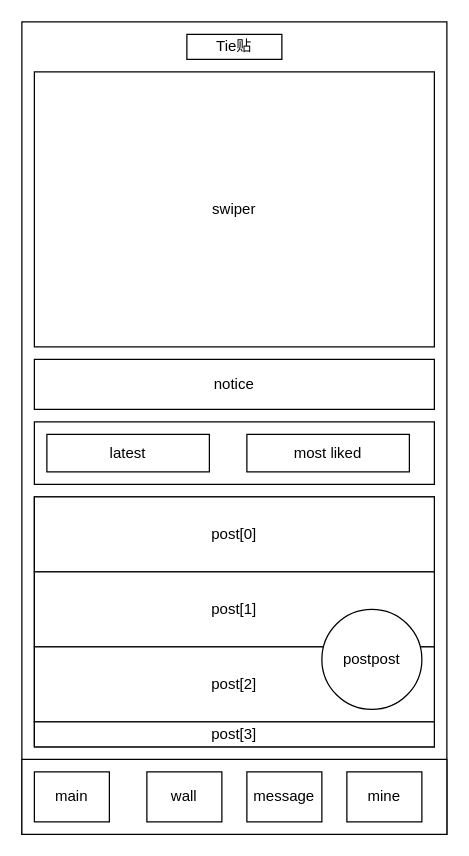
The draw.io diagram page "main" (3 of 10) of tietie/ui.drawio in Zhou-Ru-Xuan/drawio-workplace, before the edit. Source tidied: cells renumbered, new cells numbered last; positions are measured from the earlier drawing's top-left corner, leaving out a move shared by most shapes. Both pictures are drawn from the tidied source at 125%, with x=0, y=0 at pixel (21, 21).
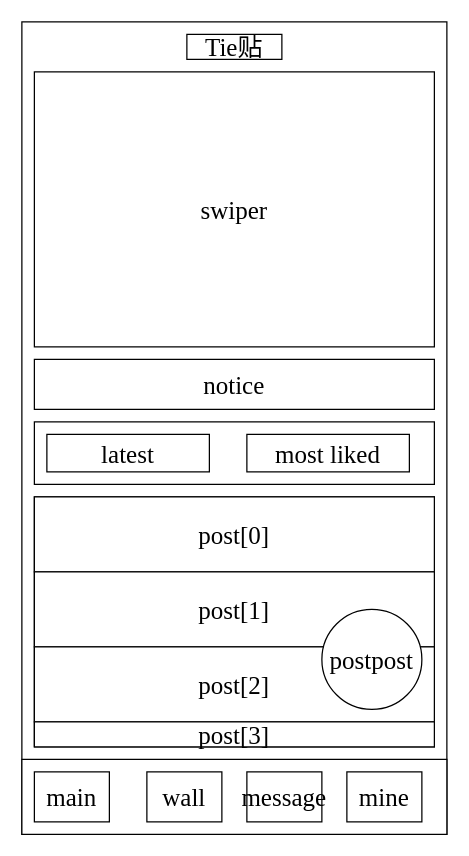
After the change.

Change to the diagram source:
```diff
@@
 <mxGraphModel>
   <root>
     <mxCell id="0" />
     <mxCell id="1" parent="0" />
-    <mxCell id="2" style="rounded=0;whiteSpace=wrap;html=1;" parent="1" vertex="1">
+    <mxCell id="2" style="rounded=0;whiteSpace=wrap;html=1;fontFamily=Times New Roman;fontSize=20;" parent="1" vertex="1">
       <mxGeometry width="340" height="650" as="geometry" />
     </mxCell>
-    <mxCell id="3" value="swiper" style="rounded=0;whiteSpace=wrap;html=1;" parent="1" vertex="1">
+    <mxCell id="3" value="swiper" style="rounded=0;whiteSpace=wrap;html=1;fontFamily=Times New Roman;fontSize=20;" parent="1" vertex="1">
       <mxGeometry x="10" y="40" width="320" height="220" as="geometry" />
     </mxCell>
-    <mxCell id="4" value="notice" style="rounded=0;whiteSpace=wrap;html=1;" parent="1" vertex="1">
+    <mxCell id="4" value="notice" style="rounded=0;whiteSpace=wrap;html=1;fontFamily=Times New Roman;fontSize=20;" parent="1" vertex="1">
       <mxGeometry x="10" y="270" width="320" height="40" as="geometry" />
     </mxCell>
-    <mxCell id="5" style="rounded=0;whiteSpace=wrap;html=1;" parent="1" vertex="1">
+    <mxCell id="5" style="rounded=0;whiteSpace=wrap;html=1;fontFamily=Times New Roman;fontSize=20;" parent="1" vertex="1">
       <mxGeometry x="10" y="320" width="320" height="50" as="geometry" />
     </mxCell>
-    <mxCell id="6" value="latest" style="rounded=0;whiteSpace=wrap;html=1;" parent="1" vertex="1">
+    <mxCell id="6" value="latest" style="rounded=0;whiteSpace=wrap;html=1;fontFamily=Times New Roman;fontSize=20;" parent="1" vertex="1">
       <mxGeometry x="20" y="330" width="130" height="30" as="geometry" />
     </mxCell>
-    <mxCell id="7" value="most liked" style="rounded=0;whiteSpace=wrap;html=1;" parent="1" vertex="1">
+    <mxCell id="7" value="most liked" style="rounded=0;whiteSpace=wrap;html=1;fontFamily=Times New Roman;fontSize=20;" parent="1" vertex="1">
       <mxGeometry x="180" y="330" width="130" height="30" as="geometry" />
     </mxCell>
-    <mxCell id="8" style="rounded=0;whiteSpace=wrap;html=1;" parent="1" vertex="1">
+    <mxCell id="8" style="rounded=0;whiteSpace=wrap;html=1;fontFamily=Times New Roman;fontSize=20;" parent="1" vertex="1">
       <mxGeometry y="590" width="340" height="60" as="geometry" />
     </mxCell>
-    <mxCell id="9" value="main" style="rounded=0;whiteSpace=wrap;html=1;" parent="1" vertex="1">
+    <mxCell id="9" value="main" style="rounded=0;whiteSpace=wrap;html=1;fontFamily=Times New Roman;fontSize=20;" parent="1" vertex="1">
       <mxGeometry x="10" y="600" width="60" height="40" as="geometry" />
     </mxCell>
-    <mxCell id="10" value="wall" style="rounded=0;whiteSpace=wrap;html=1;" parent="1" vertex="1">
+    <mxCell id="10" value="wall" style="rounded=0;whiteSpace=wrap;html=1;fontFamily=Times New Roman;fontSize=20;" parent="1" vertex="1">
       <mxGeometry x="100" y="600" width="60" height="40" as="geometry" />
     </mxCell>
-    <mxCell id="11" value="message" style="rounded=0;whiteSpace=wrap;html=1;" parent="1" vertex="1">
+    <mxCell id="11" value="message" style="rounded=0;whiteSpace=wrap;html=1;fontFamily=Times New Roman;fontSize=20;" parent="1" vertex="1">
       <mxGeometry x="180" y="600" width="60" height="40" as="geometry" />
     </mxCell>
-    <mxCell id="12" value="mine" style="rounded=0;whiteSpace=wrap;html=1;" parent="1" vertex="1">
+    <mxCell id="12" value="mine" style="rounded=0;whiteSpace=wrap;html=1;fontFamily=Times New Roman;fontSize=20;" parent="1" vertex="1">
       <mxGeometry x="260" y="600" width="60" height="40" as="geometry" />
     </mxCell>
-    <mxCell id="13" style="rounded=0;whiteSpace=wrap;html=1;" parent="1" vertex="1">
+    <mxCell id="13" style="rounded=0;whiteSpace=wrap;html=1;fontFamily=Times New Roman;fontSize=20;" parent="1" vertex="1">
       <mxGeometry x="10" y="380" width="320" height="200" as="geometry" />
     </mxCell>
-    <mxCell id="14" value="post[0]" style="rounded=0;whiteSpace=wrap;html=1;" parent="1" vertex="1">
+    <mxCell id="14" value="post[0]" style="rounded=0;whiteSpace=wrap;html=1;fontFamily=Times New Roman;fontSize=20;" parent="1" vertex="1">
       <mxGeometry x="10" y="380" width="320" height="60" as="geometry" />
     </mxCell>
-    <mxCell id="15" value="post[1]" style="rounded=0;whiteSpace=wrap;html=1;" parent="1" vertex="1">
+    <mxCell id="15" value="post[1]" style="rounded=0;whiteSpace=wrap;html=1;fontFamily=Times New Roman;fontSize=20;" parent="1" vertex="1">
       <mxGeometry x="10" y="440" width="320" height="60" as="geometry" />
     </mxCell>
-    <mxCell id="16" value="post[2]" style="rounded=0;whiteSpace=wrap;html=1;" parent="1" vertex="1">
+    <mxCell id="16" value="post[2]" style="rounded=0;whiteSpace=wrap;html=1;fontFamily=Times New Roman;fontSize=20;" parent="1" vertex="1">
       <mxGeometry x="10" y="500" width="320" height="60" as="geometry" />
     </mxCell>
-    <mxCell id="17" value="post[3]" style="rounded=0;whiteSpace=wrap;html=1;" parent="1" vertex="1">
+    <mxCell id="17" value="post[3]" style="rounded=0;whiteSpace=wrap;html=1;fontFamily=Times New Roman;fontSize=20;" parent="1" vertex="1">
       <mxGeometry x="10" y="560" width="320" height="20" as="geometry" />
     </mxCell>
-    <mxCell id="18" value="Tie贴" style="rounded=0;whiteSpace=wrap;html=1;" parent="1" vertex="1">
+    <mxCell id="18" value="Tie贴" style="rounded=0;whiteSpace=wrap;html=1;fontFamily=Times New Roman;fontSize=20;" parent="1" vertex="1">
       <mxGeometry x="132" y="10" width="76" height="20" as="geometry" />
     </mxCell>
-    <mxCell id="19" value="postpost" style="ellipse;whiteSpace=wrap;html=1;" parent="1" vertex="1">
+    <mxCell id="19" value="postpost" style="ellipse;whiteSpace=wrap;html=1;fontFamily=Times New Roman;fontSize=20;" parent="1" vertex="1">
       <mxGeometry x="240" y="470" width="80" height="80" as="geometry" />
     </mxCell>
   </root>
 </mxGraphModel>
```
